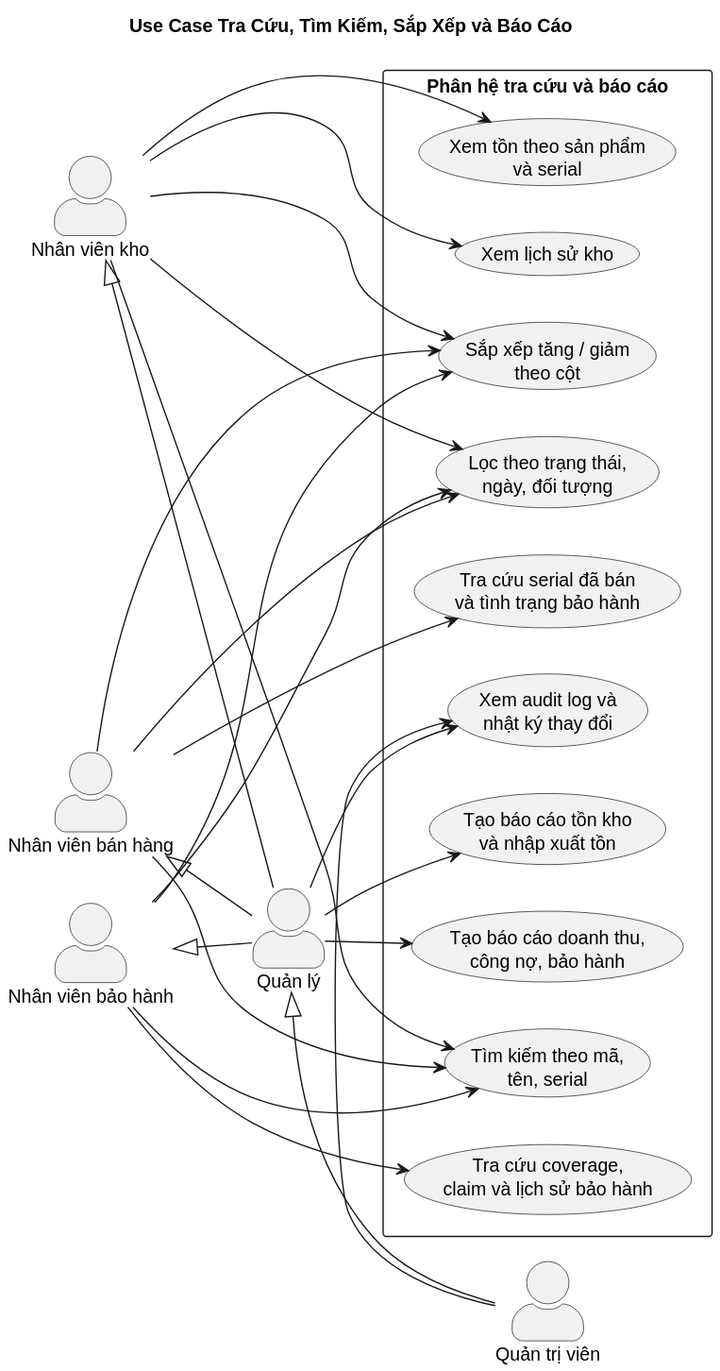
Earlier version of the PlantUML export Diagram/plantuml-svg/UseCase_TraCuu_BaoCao.svg (TheGiver262/WarePro). Its diagram source:
```plantuml
@startuml
title Use Case Tra Cứu, Tìm Kiếm, Sắp Xếp và Báo Cáo
left to right direction
skinparam packageStyle rectangle
skinparam actorStyle awesome
skinparam shadowing false

actor "Quản trị viên" as Admin
actor "Quản lý" as Manager
actor "Nhân viên kho" as Storekeeper
actor "Nhân viên bán hàng" as Salesman
actor "Nhân viên bảo hành" as Technician

Manager <|-- Admin
Storekeeper <|-- Manager
Salesman <|-- Manager
Technician <|-- Manager

rectangle "Phân hệ tra cứu và báo cáo" {
  usecase "Tìm kiếm theo mã,\ntên, serial" as UC1
  usecase "Lọc theo trạng thái,\nngày, đối tượng" as UC2
  usecase "Sắp xếp tăng / giảm\ntheo cột" as UC3
  usecase "Xem tồn theo sản phẩm\nvà serial" as UC4
  usecase "Xem lịch sử kho" as UC5
  usecase "Tra cứu serial đã bán\nvà tình trạng bảo hành" as UC6
  usecase "Tra cứu coverage,\nclaim và lịch sử bảo hành" as UC7
  usecase "Xem audit log và\nnhật ký thay đổi" as UC8
  usecase "Tạo báo cáo tồn kho\nvà nhập xuất tồn" as UC9
  usecase "Tạo báo cáo doanh thu,\ncông nợ, bảo hành" as UC10
}

Admin --> UC8
Manager --> UC8
Manager --> UC9
Manager --> UC10
Storekeeper --> UC1
Storekeeper --> UC2
Storekeeper --> UC3
Storekeeper --> UC4
Storekeeper --> UC5
Salesman --> UC1
Salesman --> UC2
Salesman --> UC3
Salesman --> UC6
Technician --> UC1
Technician --> UC2
Technician --> UC3
Technician --> UC7
@enduml
```
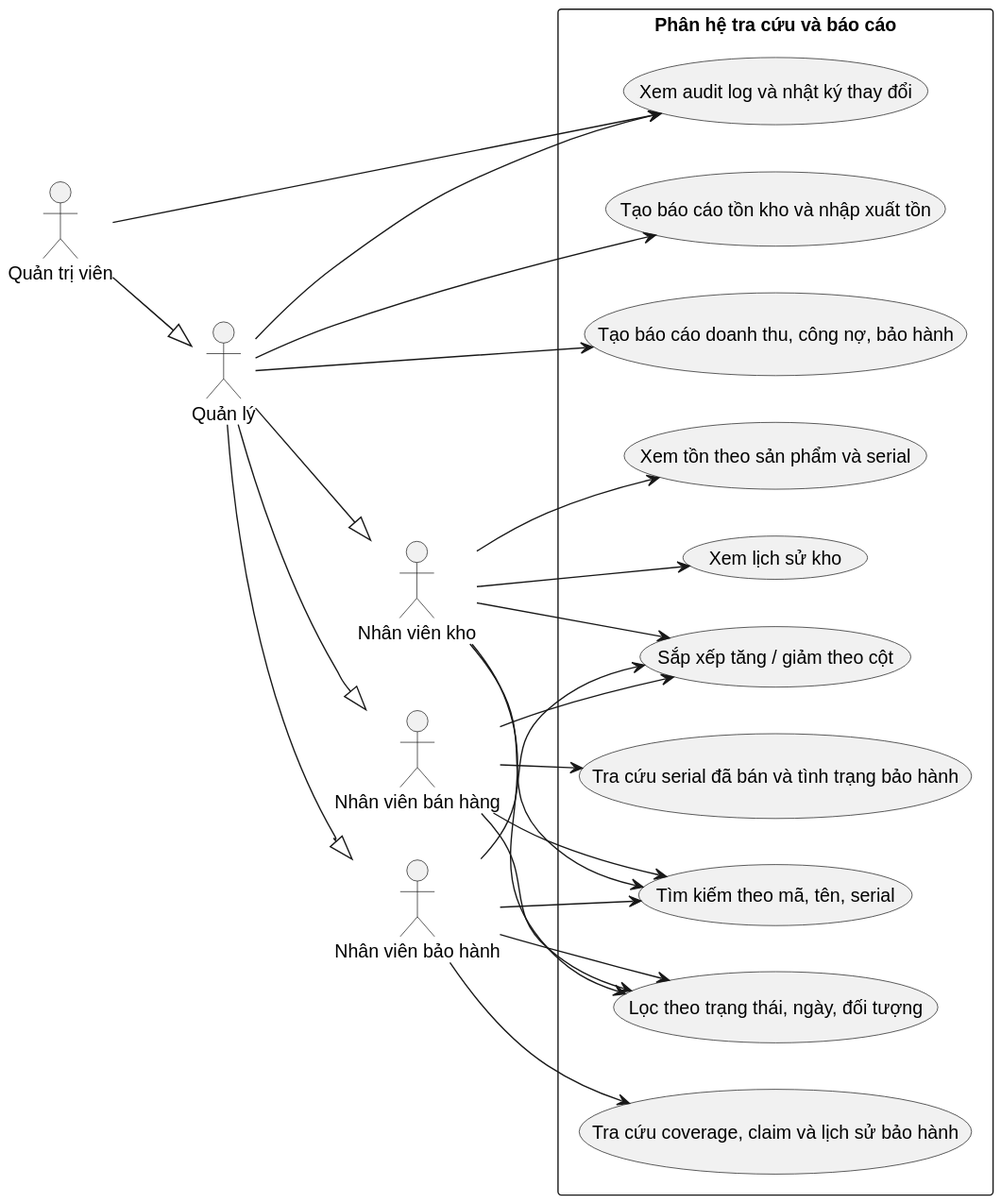
After the change.

Diff of the diagram source:
```diff
@@ -1,9 +1,6 @@
 @startuml
-title Use Case Tra Cứu, Tìm Kiếm, Sắp Xếp và Báo Cáo
 left to right direction
-skinparam packageStyle rectangle
-skinparam actorStyle awesome
-skinparam shadowing false
+skinparam packageStyle rect
 
 actor "Quản trị viên" as Admin
 actor "Quản lý" as Manager
@@ -11,39 +8,43 @@
 actor "Nhân viên bán hàng" as Salesman
 actor "Nhân viên bảo hành" as Technician
 
-Manager <|-- Admin
-Storekeeper <|-- Manager
-Salesman <|-- Manager
-Technician <|-- Manager
+Admin --|> Manager
+Manager --|> Storekeeper
+Manager --|> Salesman
+Manager --|> Technician
 
 rectangle "Phân hệ tra cứu và báo cáo" {
-  usecase "Tìm kiếm theo mã,\ntên, serial" as UC1
-  usecase "Lọc theo trạng thái,\nngày, đối tượng" as UC2
-  usecase "Sắp xếp tăng / giảm\ntheo cột" as UC3
-  usecase "Xem tồn theo sản phẩm\nvà serial" as UC4
-  usecase "Xem lịch sử kho" as UC5
-  usecase "Tra cứu serial đã bán\nvà tình trạng bảo hành" as UC6
-  usecase "Tra cứu coverage,\nclaim và lịch sử bảo hành" as UC7
-  usecase "Xem audit log và\nnhật ký thay đổi" as UC8
-  usecase "Tạo báo cáo tồn kho\nvà nhập xuất tồn" as UC9
-  usecase "Tạo báo cáo doanh thu,\ncông nợ, bảo hành" as UC10
+    usecase "Tìm kiếm theo mã, tên, serial" as UC1
+    usecase "Lọc theo trạng thái, ngày, đối tượng" as UC2
+    usecase "Sắp xếp tăng / giảm theo cột" as UC3
+    usecase "Xem tồn theo sản phẩm và serial" as UC4
+    usecase "Xem lịch sử kho" as UC5
+    usecase "Tra cứu serial đã bán và tình trạng bảo hành" as UC6
+    usecase "Tra cứu coverage, claim và lịch sử bảo hành" as UC7
+    usecase "Xem audit log và nhật ký thay đổi" as UC8
+    usecase "Tạo báo cáo tồn kho và nhập xuất tồn" as UC9
+    usecase "Tạo báo cáo doanh thu, công nợ, bảo hành" as UC10
 }
 
-Admin --> UC8
-Manager --> UC8
-Manager --> UC9
-Manager --> UC10
 Storekeeper --> UC1
 Storekeeper --> UC2
 Storekeeper --> UC3
 Storekeeper --> UC4
 Storekeeper --> UC5
+
 Salesman --> UC1
 Salesman --> UC2
 Salesman --> UC3
 Salesman --> UC6
+
 Technician --> UC1
 Technician --> UC2
 Technician --> UC3
 Technician --> UC7
+
+Manager --> UC8
+Manager --> UC9
+Manager --> UC10
+
+Admin --> UC8
 @enduml
```
